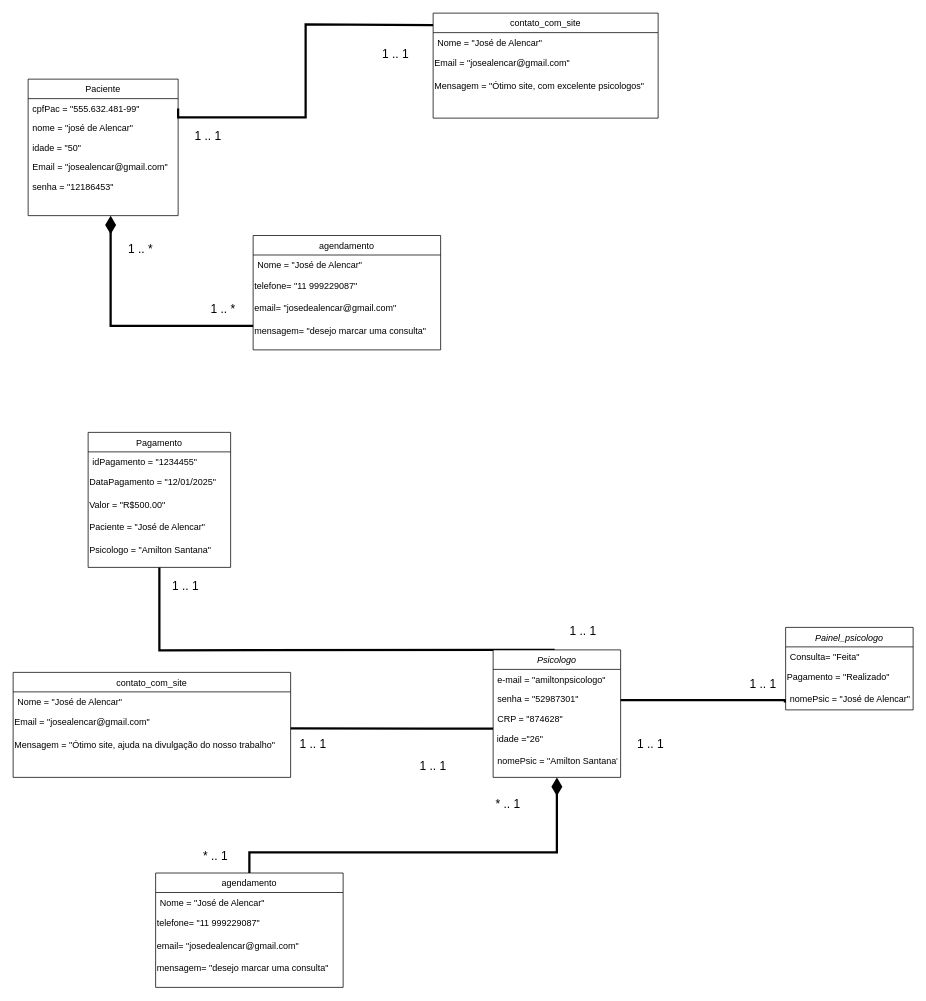
The draw.io diagram diagramadeobjeto.drawio in Patadaoikkk/uml, before the edit. Source tidied: cells renumbered, new cells numbered last; positions are measured from the earlier drawing's top-left corner, leaving out a move shared by most shapes. Both pictures are drawn from the tidied source at 75%, with x=0, y=0 at pixel (13, 13).
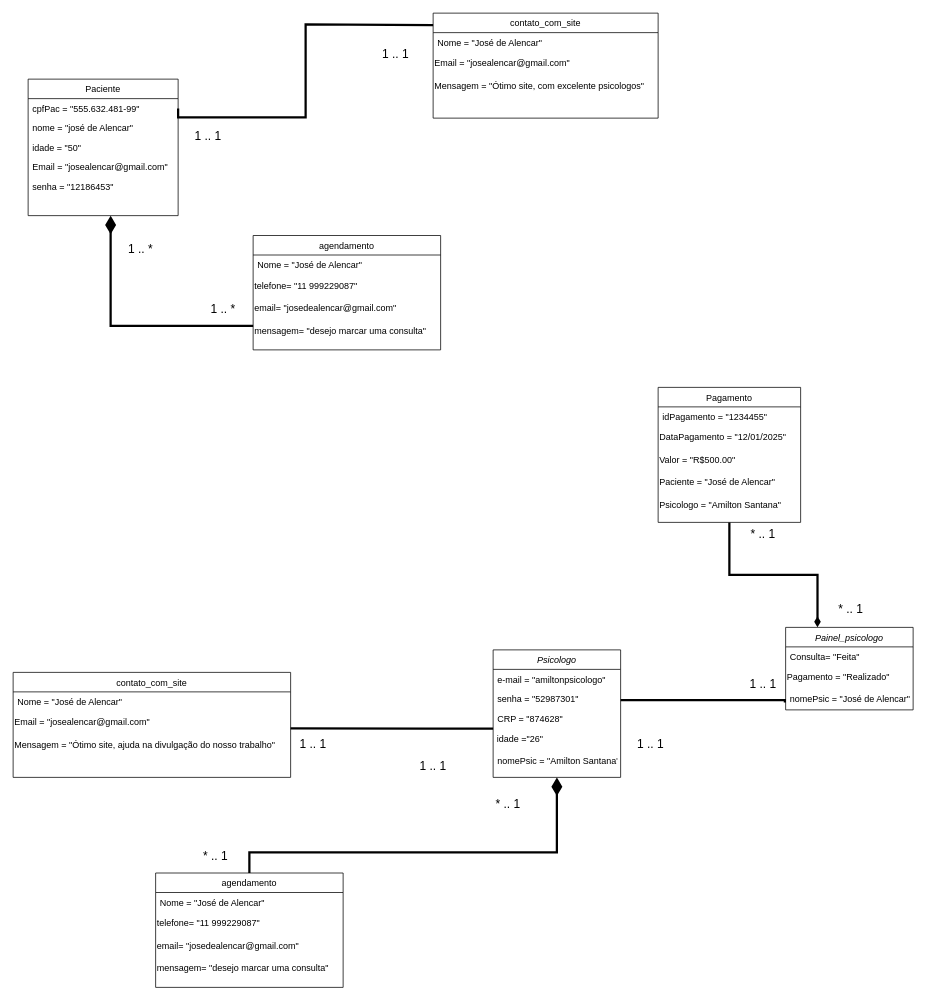
Above is the later version.

The change refers to these unchanged cells:
```xml
<mxCell id="53" value="Painel_psicologo" style="swimlane;fontStyle=2;align=center;verticalAlign=top;horizontal=1;startSize=26;rounded=0;shadow=0;strokeWidth=1;" parent="1" vertex="1">
  <mxGeometry x="1030" y="819" width="170" height="110" as="geometry" />
</mxCell>
```

Change to the diagram source:
```diff
@@
-    <mxCell id="2" style="edgeStyle=orthogonalEdgeStyle;rounded=0;jettySize=auto;html=1;entryX=0.5;entryY=1;entryDx=0;entryDy=0;endArrow=none;endFill=0;strokeWidth=3;" parent="1" edge="1" target="17">
-      <mxGeometry relative="1" as="geometry">
-        <mxPoint x="722.1" y="849" as="sourcePoint" />
-      </mxGeometry>
+    <mxCell id="2" style="edgeStyle=orthogonalEdgeStyle;rounded=0;jettySize=auto;html=1;entryX=0.5;entryY=1;entryDx=0;entryDy=0;endArrow=none;endFill=0;strokeWidth=3;exitX=0.25;exitY=0;exitDx=0;exitDy=0;startArrow=diamondThin;startFill=1;" parent="1" edge="1" source="53" target="17">
+      <mxGeometry relative="1" as="geometry" />
     </mxCell>
@@
     <mxCell id="17" value="Pagamento" style="swimlane;fontStyle=0;align=center;verticalAlign=top;horizontal=1;startSize=26;rounded=0;shadow=0;strokeWidth=1;" parent="1" vertex="1">
-      <mxGeometry x="100" y="559" width="190" height="180" as="geometry" />
+      <mxGeometry x="860" y="499" width="190" height="180" as="geometry" />
     </mxCell>
@@
-    <mxCell id="34" value="&lt;font style=&quot;font-size: 16px;&quot;&gt;1 .. 1&lt;/font&gt;" style="text;html=1;align=center;verticalAlign=middle;whiteSpace=wrap;rounded=0;strokeWidth=6;" parent="1" vertex="1">
-      <mxGeometry x="730" y="809" width="60" height="30" as="geometry" />
+    <mxCell id="34" value="&lt;font style=&quot;font-size: 16px;&quot;&gt;* .. 1&lt;/font&gt;" style="text;html=1;align=center;verticalAlign=middle;whiteSpace=wrap;rounded=0;strokeWidth=6;" parent="1" vertex="1">
+      <mxGeometry x="1087" y="779" width="60" height="30" as="geometry" />
     </mxCell>
@@
-    <mxCell id="39" value="&lt;font style=&quot;font-size: 16px;&quot;&gt;1 .. 1&lt;/font&gt;" style="text;html=1;align=center;verticalAlign=middle;whiteSpace=wrap;rounded=0;strokeWidth=6;" parent="1" vertex="1">
-      <mxGeometry x="200" y="749" width="60" height="30" as="geometry" />
+    <mxCell id="39" value="&lt;font style=&quot;font-size: 16px;&quot;&gt;* .. 1&lt;/font&gt;" style="text;html=1;align=center;verticalAlign=middle;whiteSpace=wrap;rounded=0;strokeWidth=6;" parent="1" vertex="1">
+      <mxGeometry x="970" y="679" width="60" height="30" as="geometry" />
     </mxCell>
```
